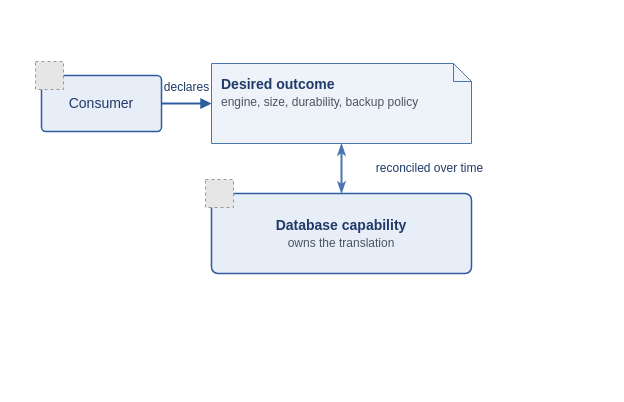
This is diagrams/factor-2-declarative-inputs.drawio from missBerg/platform-capabilities, a draw.io file, before an edit. Source tidied: cells renumbered, new cells numbered last; positions are measured from the earlier drawing's top-left corner, leaving out a move shared by most shapes. Both pictures are drawn from the tidied source at 100%, with x=0, y=0 at pixel (35, 61). Pictures stored in the file or linked from it are replaced by grey dashed boxes.
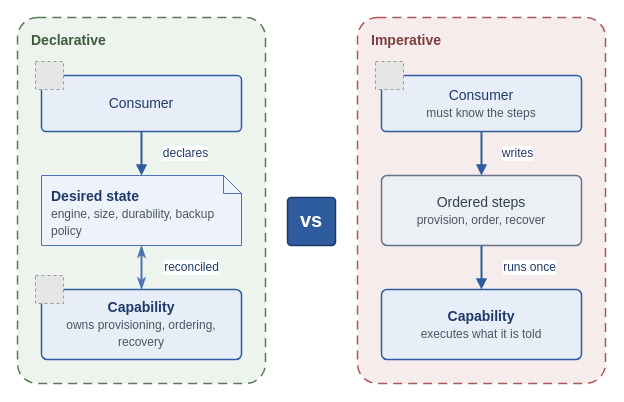
Above is the later version.

Change to the diagram source:
```diff
@@
+    <mxCell id="9" value="&lt;b&gt;Declarative&lt;/b&gt;" style="rounded=1;whiteSpace=wrap;html=1;arcSize=8;strokeWidth=1.5;fontFamily=Helvetica;fontSize=14;align=left;verticalAlign=top;dashed=1;dashPattern=6 4;spacingLeft=12;spacingTop=8;shadow=0;fillColor=#EDF4ED;strokeColor=#5A7A5A;fontColor=#3F5A3F;" parent="1" vertex="1">
+      <mxGeometry x="-18" y="-44" width="248" height="366" as="geometry" />
+    </mxCell>
+    <mxCell id="10" value="&lt;b&gt;Imperative&lt;/b&gt;" style="rounded=1;whiteSpace=wrap;html=1;arcSize=8;strokeWidth=1.5;fontFamily=Helvetica;fontSize=14;align=left;verticalAlign=top;dashed=1;dashPattern=6 4;spacingLeft=12;spacingTop=8;shadow=0;fillColor=#F7ECEC;strokeColor=#A85959;fontColor=#7A3F3F;" parent="1" vertex="1">
+      <mxGeometry x="322" y="-44" width="248" height="366" as="geometry" />
+    </mxCell>
     <mxCell id="2" value="Consumer" style="rounded=1;whiteSpace=wrap;html=1;arcSize=8;fillColor=#E8EEF7;strokeColor=#2E5C9E;strokeWidth=1.5;fontColor=#1F3A68;fontFamily=Helvetica;fontSize=14;align=center;verticalAlign=middle;shadow=0;" parent="1" vertex="1">
-      <mxGeometry x="6" y="14" width="120" height="56" as="geometry" />
+      <mxGeometry x="6" y="14" width="200" height="56" as="geometry" />
     </mxCell>
-    <mxCell id="3" style="fillColor=#E6E6E6;strokeColor=#999999;dashed=1;verticalLabelPosition=bottom;verticalAlign=top;align=center;fontFamily=Helvetica;fontSize=14;fontColor=#1F3A68;" parent="1" vertex="1">
-      <mxGeometry width="28" height="28" as="geometry" />
-    </mxCell>
-    <mxCell id="4" value="&lt;b&gt;Desired outcome&lt;/b&gt;&lt;br&gt;&lt;font style=&quot;font-size: 12px&quot; color=&quot;#4B5563&quot;&gt;engine, size, durability, backup policy&lt;/font&gt;" style="shape=note;whiteSpace=wrap;html=1;backgroundOutline=1;fillColor=#EEF3F9;strokeColor=#4A75B1;strokeWidth=1;fontColor=#1F3A68;fontFamily=Helvetica;fontSize=14;align=left;verticalAlign=top;spacingLeft=8;spacingTop=6;spacingRight=8;shadow=0;size=18;" parent="1" vertex="1">
-      <mxGeometry x="176" y="2" width="260" height="80" as="geometry" />
-    </mxCell>
-    <mxCell id="5" value="&lt;b&gt;Database capability&lt;/b&gt;&lt;br&gt;&lt;font style=&quot;font-size: 12px&quot; color=&quot;#4B5563&quot;&gt;owns the translation&lt;/font&gt;" style="rounded=1;whiteSpace=wrap;html=1;arcSize=8;fillColor=#E8EEF7;strokeColor=#2E5C9E;strokeWidth=1.5;fontColor=#1F3A68;fontFamily=Helvetica;fontSize=14;align=center;verticalAlign=middle;shadow=0;" parent="1" vertex="1">
-      <mxGeometry x="176" y="132" width="260" height="80" as="geometry" />
-    </mxCell>
-    <mxCell id="6" style="fillColor=#E6E6E6;strokeColor=#999999;dashed=1;verticalLabelPosition=bottom;verticalAlign=top;align=center;fontFamily=Helvetica;fontSize=14;fontColor=#1F3A68;" parent="1" vertex="1">
-      <mxGeometry x="170" y="118" width="28" height="28" as="geometry" />
-    </mxCell>
+    <mxCell id="11" style="fillColor=#E6E6E6;strokeColor=#999999;dashed=1;verticalLabelPosition=bottom;verticalAlign=top;align=center;fontFamily=Helvetica;fontSize=14;fontColor=#1F3A68;" parent="1" vertex="1">
+      <mxGeometry width="28" height="28" as="geometry" />
+    </mxCell>
+    <mxCell id="12" value="&lt;b&gt;Desired state&lt;/b&gt;&lt;br&gt;&lt;font style=&quot;font-size: 12px&quot; color=&quot;#4B5563&quot;&gt;engine, size, durability, backup policy&lt;/font&gt;" style="shape=note;whiteSpace=wrap;html=1;backgroundOutline=1;fillColor=#EEF3F9;strokeColor=#4A75B1;strokeWidth=1;fontColor=#1F3A68;fontFamily=Helvetica;fontSize=14;align=left;verticalAlign=top;spacingLeft=8;spacingTop=6;spacingRight=8;shadow=0;size=18;" parent="1" vertex="1">
+      <mxGeometry x="6" y="114" width="200" height="70" as="geometry" />
+    </mxCell>
+    <mxCell id="13" value="&lt;b&gt;Capability&lt;/b&gt;&lt;br&gt;&lt;font style=&quot;font-size: 12px&quot; color=&quot;#4B5563&quot;&gt;owns provisioning, ordering, recovery&lt;/font&gt;" style="rounded=1;whiteSpace=wrap;html=1;arcSize=8;fillColor=#E8EEF7;strokeColor=#2E5C9E;strokeWidth=1.5;fontColor=#1F3A68;fontFamily=Helvetica;fontSize=14;align=center;verticalAlign=middle;shadow=0;" parent="1" vertex="1">
+      <mxGeometry x="6" y="228" width="200" height="70" as="geometry" />
+    </mxCell>
+    <mxCell id="14" style="fillColor=#E6E6E6;strokeColor=#999999;dashed=1;verticalLabelPosition=bottom;verticalAlign=top;align=center;fontFamily=Helvetica;fontSize=14;fontColor=#1F3A68;" parent="1" vertex="1">
+      <mxGeometry y="214" width="28" height="28" as="geometry" />
+    </mxCell>
+    <mxCell id="15" value="&lt;b&gt;vs&lt;/b&gt;" style="rounded=1;whiteSpace=wrap;html=1;arcSize=8;fillColor=#2E5C9E;strokeColor=#1F3A68;strokeWidth=1.5;fontColor=#FFFFFF;fontFamily=Helvetica;fontSize=20;align=center;verticalAlign=middle;shadow=0;spacingBottom=4;" parent="1" vertex="1">
+      <mxGeometry x="252" y="136" width="48" height="48" as="geometry" />
+    </mxCell>
+    <mxCell id="16" value="Consumer&lt;br&gt;&lt;font style=&quot;font-size: 12px&quot; color=&quot;#4B5563&quot;&gt;must know the steps&lt;/font&gt;" style="rounded=1;whiteSpace=wrap;html=1;arcSize=8;fillColor=#E8EEF7;strokeColor=#2E5C9E;strokeWidth=1.5;fontColor=#1F3A68;fontFamily=Helvetica;fontSize=14;align=center;verticalAlign=middle;shadow=0;" parent="1" vertex="1">
+      <mxGeometry x="346" y="14" width="200" height="56" as="geometry" />
+    </mxCell>
+    <mxCell id="17" style="fillColor=#E6E6E6;strokeColor=#999999;dashed=1;verticalLabelPosition=bottom;verticalAlign=top;align=center;fontFamily=Helvetica;fontSize=14;fontColor=#1F3A68;" parent="1" vertex="1">
+      <mxGeometry x="340" width="28" height="28" as="geometry" />
+    </mxCell>
+    <mxCell id="18" value="Ordered steps&lt;br&gt;&lt;font style=&quot;font-size: 12px&quot; color=&quot;#4B5563&quot;&gt;provision, order, recover&lt;/font&gt;" style="rounded=1;whiteSpace=wrap;html=1;arcSize=8;fillColor=#ECEFF4;strokeColor=#64748B;strokeWidth=1.5;fontColor=#334155;fontFamily=Helvetica;fontSize=14;align=center;verticalAlign=middle;shadow=0;" parent="1" vertex="1">
+      <mxGeometry x="346" y="114" width="200" height="70" as="geometry" />
+    </mxCell>
+    <mxCell id="19" value="&lt;b&gt;Capability&lt;/b&gt;&lt;br&gt;&lt;font style=&quot;font-size: 12px&quot; color=&quot;#4B5563&quot;&gt;executes what it is told&lt;/font&gt;" style="rounded=1;whiteSpace=wrap;html=1;arcSize=8;fillColor=#E8EEF7;strokeColor=#2E5C9E;strokeWidth=1.5;fontColor=#1F3A68;fontFamily=Helvetica;fontSize=14;align=center;verticalAlign=middle;shadow=0;" parent="1" vertex="1">
+      <mxGeometry x="346" y="228" width="200" height="70" as="geometry" />
+    </mxCell>
-    <mxCell id="7" value="declares" style="edgeStyle=orthogonalEdgeStyle;endArrow=block;html=1;rounded=0;strokeColor=#2E5C9E;strokeWidth=2;fontColor=#1F3A68;fontFamily=Helvetica;fontSize=12;endFill=1;curved=1;" parent="1" edge="1" source="2" target="4">
+    <mxCell id="7" value="declares" style="edgeStyle=orthogonalEdgeStyle;endArrow=block;html=1;rounded=0;strokeColor=#2E5C9E;strokeWidth=2;fontColor=#1F3A68;fontFamily=Helvetica;fontSize=12;endFill=1;curved=1;exitX=0.5;exitY=1;exitDx=0;exitDy=0;entryX=0.5;entryY=0;entryDx=0;entryDy=0;" parent="1" edge="1" source="2" target="12">
       <mxGeometry relative="1" as="geometry">
-        <mxPoint y="-16" as="offset" />
+        <mxPoint x="44" as="offset" />
       </mxGeometry>
     </mxCell>
-    <mxCell id="8" value="reconciled over time" style="edgeStyle=orthogonalEdgeStyle;endArrow=classicThin;startArrow=classicThin;html=1;rounded=0;strokeColor=#4A75B1;strokeWidth=2;fontColor=#1F3A68;fontFamily=Helvetica;fontSize=12;curved=1;exitX=0.5;exitY=1;exitDx=0;exitDy=0;entryX=0.5;entryY=0;entryDx=0;entryDy=0;" parent="1" edge="1" source="4" target="5">
+    <mxCell id="8" value="reconciled" style="edgeStyle=orthogonalEdgeStyle;endArrow=classicThin;startArrow=classicThin;html=1;rounded=0;strokeColor=#4A75B1;strokeWidth=2;fontColor=#1F3A68;fontFamily=Helvetica;fontSize=12;curved=1;exitX=0.5;exitY=1;exitDx=0;exitDy=0;entryX=0.5;entryY=0;entryDx=0;entryDy=0;" parent="1" edge="1" source="12" target="13">
       <mxGeometry relative="1" as="geometry">
-        <mxPoint x="88" as="offset" />
+        <mxPoint x="50" as="offset" />
       </mxGeometry>
     </mxCell>
+    <mxCell id="20" value="writes" style="edgeStyle=orthogonalEdgeStyle;endArrow=block;html=1;rounded=0;strokeColor=#2E5C9E;strokeWidth=2;fontColor=#1F3A68;fontFamily=Helvetica;fontSize=12;endFill=1;curved=1;exitX=0.5;exitY=1;exitDx=0;exitDy=0;entryX=0.5;entryY=0;entryDx=0;entryDy=0;" parent="1" edge="1" source="16" target="18">
+      <mxGeometry relative="1" as="geometry">
+        <mxPoint x="36" as="offset" />
+      </mxGeometry>
+    </mxCell>
+    <mxCell id="21" value="runs once" style="edgeStyle=orthogonalEdgeStyle;endArrow=block;html=1;rounded=0;strokeColor=#2E5C9E;strokeWidth=2;fontColor=#1F3A68;fontFamily=Helvetica;fontSize=12;endFill=1;curved=1;exitX=0.5;exitY=1;exitDx=0;exitDy=0;entryX=0.5;entryY=0;entryDx=0;entryDy=0;" parent="1" edge="1" source="18" target="19">
+      <mxGeometry relative="1" as="geometry">
+        <mxPoint x="48" as="offset" />
+      </mxGeometry>
+    </mxCell>
```
